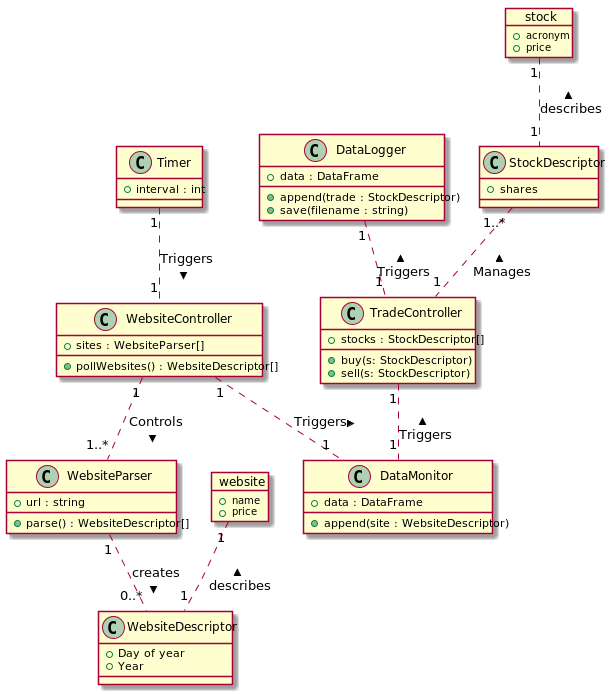
Earlier version of the PlantUML export Domain_Model_Diagram.png (aaron-jencks/alpaca_stock_tradebot).
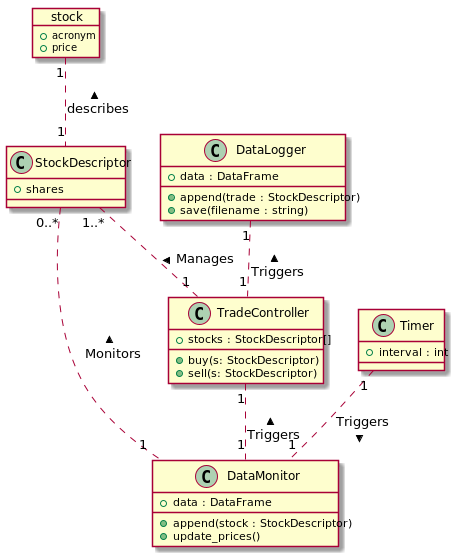
After the commit.

Commit message:
updated architectures to reflect intended usage of robin_stocks

Diff of the diagram source:
```diff
@@ -19,46 +19,20 @@
 
 StockDescriptor "1..*" .. "1" TradeController : < Manages
 
-object website {
-    + name
-    + price
-}
-
-class WebsiteDescriptor {
-    + Day of year
-    + Year
-}
-
-website "1" .. "1" WebsiteDescriptor : < describes
-
-class WebsiteParser {
-    + url : string
-    + parse() : WebsiteDescriptor[]
-}
-
-WebsiteParser "1" .. "0..*" WebsiteDescriptor : > creates
-
-class WebsiteController {
-    + sites : WebsiteParser[]
-    + pollWebsites() : WebsiteDescriptor[]
-}
-
-WebsiteController "1" .. "1..*" WebsiteParser : > Controls
-
 class DataMonitor {
     + data : DataFrame
-    + append(site : WebsiteDescriptor)
+    + append(stock : StockDescriptor)
+    + update_prices()
 }
 
 TradeController "1" .. "1" DataMonitor : < Triggers
-
-WebsiteController "1" .. "1" DataMonitor : > Triggers
+StockDescriptor "0..*" .. "1" DataMonitor : < Monitors
 
 class Timer {
     + interval : int
 }
 
-Timer "1" .. "1" WebsiteController : > Triggers
+Timer "1" .. "1" DataMonitor : > Triggers
 
 class DataLogger {
     + data : DataFrame
```
